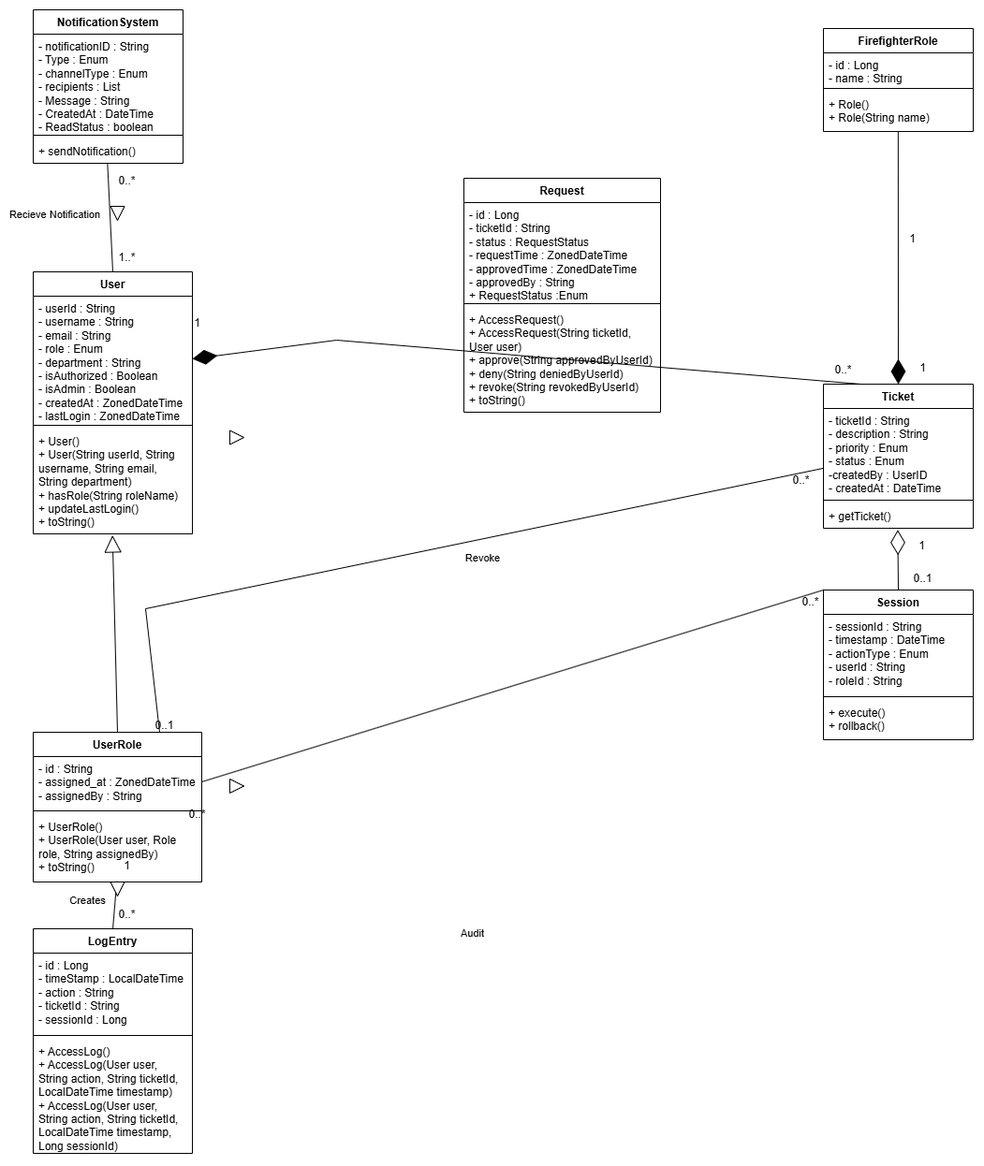
Before: Documentation/Domain Model.png, a diagram exported from draw.io (COS301-SE-2025/Fire-Fighter). Source tidied: cells renumbered, new cells last; positions are measured from the earlier drawing's top-left corner, leaving out a move shared by most shapes.
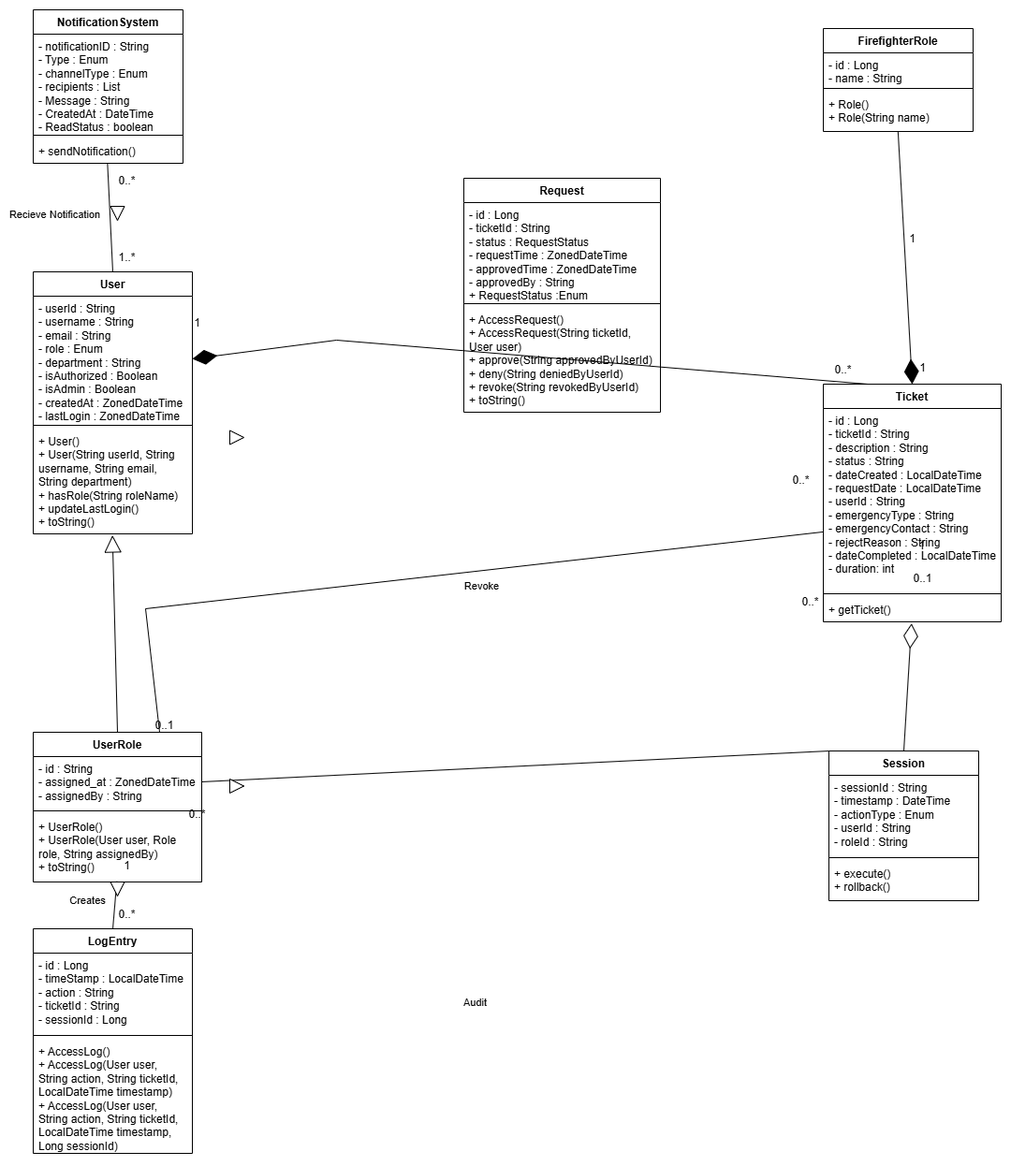
Later version of the same file.

Commit message:
Updated Ticket methods

Change to the diagram source:
```diff
@@ -27,19 +27,19 @@
       <mxGeometry y="68" width="160" height="42" as="geometry" />
     </mxCell>
     <mxCell id="10" value="Ticket&lt;div&gt;&lt;br&gt;&lt;/div&gt;" style="swimlane;fontStyle=1;align=center;verticalAlign=top;horizontal=1;startSize=26;whiteSpace=wrap;html=1;" parent="1" vertex="1">
-      <mxGeometry x="844" y="400" width="160" height="154" as="geometry" />
+      <mxGeometry x="844" y="400" width="190" height="254" as="geometry" />
     </mxCell>
-    <mxCell id="11" value="- ticketId : String&lt;div&gt;- description : String&lt;/div&gt;&lt;div&gt;- priority : Enum&lt;/div&gt;&lt;div&gt;- status : Enum&lt;/div&gt;&lt;div&gt;-createdBy : UserID&lt;/div&gt;&lt;div&gt;- createdAt : DateTime&lt;/div&gt;" style="text;strokeColor=none;fillColor=none;align=left;verticalAlign=top;spacingLeft=4;spacingRight=4;overflow=hidden;points=[[0,0.5],[1,0.5]];portConstraint=eastwest;whiteSpace=wrap;html=1;" parent="10" vertex="1">
-      <mxGeometry y="26" width="160" height="94" as="geometry" />
+    <mxCell id="11" value="- id : Long&lt;div&gt;- ticketId : String&lt;/div&gt;&lt;div&gt;- description : String&lt;/div&gt;&lt;div&gt;- status : String&lt;/div&gt;&lt;div&gt;-&amp;nbsp;dateCreated : LocalDateTime&amp;nbsp;&lt;/div&gt;&lt;div&gt;- requestDate : LocalDateTime&lt;/div&gt;&lt;div&gt;- userId : String&lt;/div&gt;&lt;div&gt;-&amp;nbsp;emergencyType : String&lt;/div&gt;&lt;div&gt;-&amp;nbsp;emergencyContact : String&lt;/div&gt;&lt;div&gt;-&amp;nbsp;rejectReason : String&lt;/div&gt;&lt;div&gt;-&amp;nbsp;dateCompleted :&amp;nbsp;&lt;span style=&quot;background-color: transparent; color: light-dark(rgb(0, 0, 0), rgb(255, 255, 255));&quot;&gt;LocalDateTime&lt;/span&gt;&lt;/div&gt;&lt;div&gt;&lt;span style=&quot;background-color: transparent; color: light-dark(rgb(0, 0, 0), rgb(255, 255, 255));&quot;&gt;-&amp;nbsp;&lt;/span&gt;&lt;span style=&quot;background-color: transparent;&quot;&gt;duration: int&lt;/span&gt;&lt;span style=&quot;background-color: transparent; color: light-dark(rgb(0, 0, 0), rgb(255, 255, 255));&quot;&gt;&amp;nbsp;&amp;nbsp;&lt;/span&gt;&lt;/div&gt;" style="text;strokeColor=none;fillColor=none;align=left;verticalAlign=top;spacingLeft=4;spacingRight=4;overflow=hidden;points=[[0,0.5],[1,0.5]];portConstraint=eastwest;whiteSpace=wrap;html=1;" parent="10" vertex="1">
+      <mxGeometry y="26" width="190" height="194" as="geometry" />
     </mxCell>
     <mxCell id="12" style="line;strokeWidth=1;fillColor=none;align=left;verticalAlign=middle;spacingTop=-1;spacingLeft=3;spacingRight=3;labelPosition=right;strokeColor=inherit;" parent="10" vertex="1">
-      <mxGeometry y="120" width="160" height="8" as="geometry" />
+      <mxGeometry y="220" width="190" height="8" as="geometry" />
     </mxCell>
     <mxCell id="13" value="+ getTicket()" style="text;strokeColor=none;fillColor=none;align=left;verticalAlign=top;spacingLeft=4;spacingRight=4;overflow=hidden;points=[[0,0.5],[1,0.5]];portConstraint=eastwest;whiteSpace=wrap;html=1;" parent="10" vertex="1">
-      <mxGeometry y="128" width="160" height="26" as="geometry" />
+      <mxGeometry y="228" width="190" height="26" as="geometry" />
     </mxCell>
     <mxCell id="14" value="Session" style="swimlane;fontStyle=1;align=center;verticalAlign=top;horizontal=1;startSize=26;whiteSpace=wrap;html=1;" parent="1" vertex="1">
-      <mxGeometry x="844" y="620" width="160" height="160" as="geometry" />
+      <mxGeometry x="850" y="792" width="160" height="160" as="geometry" />
     </mxCell>
     <mxCell id="15" value="- sessionId : String&lt;div&gt;- timestamp : DateTime&lt;/div&gt;&lt;div&gt;- actionType : Enum&lt;/div&gt;&lt;div&gt;- userId : String&lt;/div&gt;&lt;div&gt;- roleId : String&lt;/div&gt;" style="text;strokeColor=none;fillColor=none;align=left;verticalAlign=top;spacingLeft=4;spacingRight=4;overflow=hidden;whiteSpace=wrap;html=1;" parent="14" vertex="1">
       <mxGeometry y="26" width="160" height="84" as="geometry" />
```
